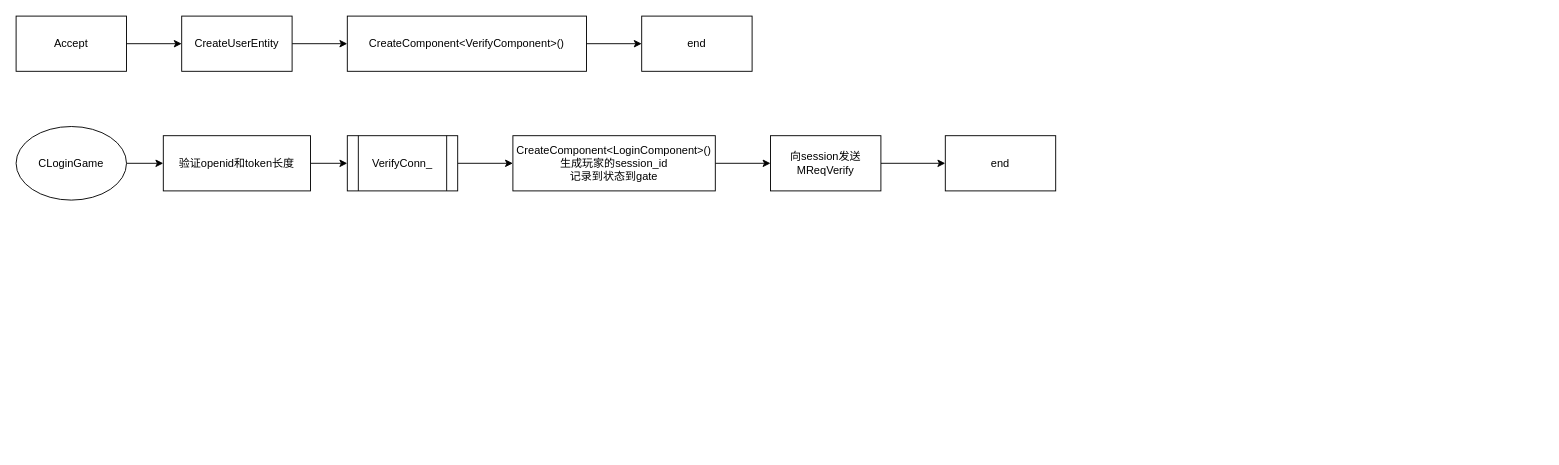
Earlier version of the draw.io diagram gate.drawio (ThreeIoDev/Draw.io). Source tidied: cells renumbered, new cells numbered last; positions are measured from the earlier drawing's top-left corner, leaving out a move shared by most shapes. Both pictures are drawn from the tidied source at 92%, with x=0, y=0 at pixel (16, 16).
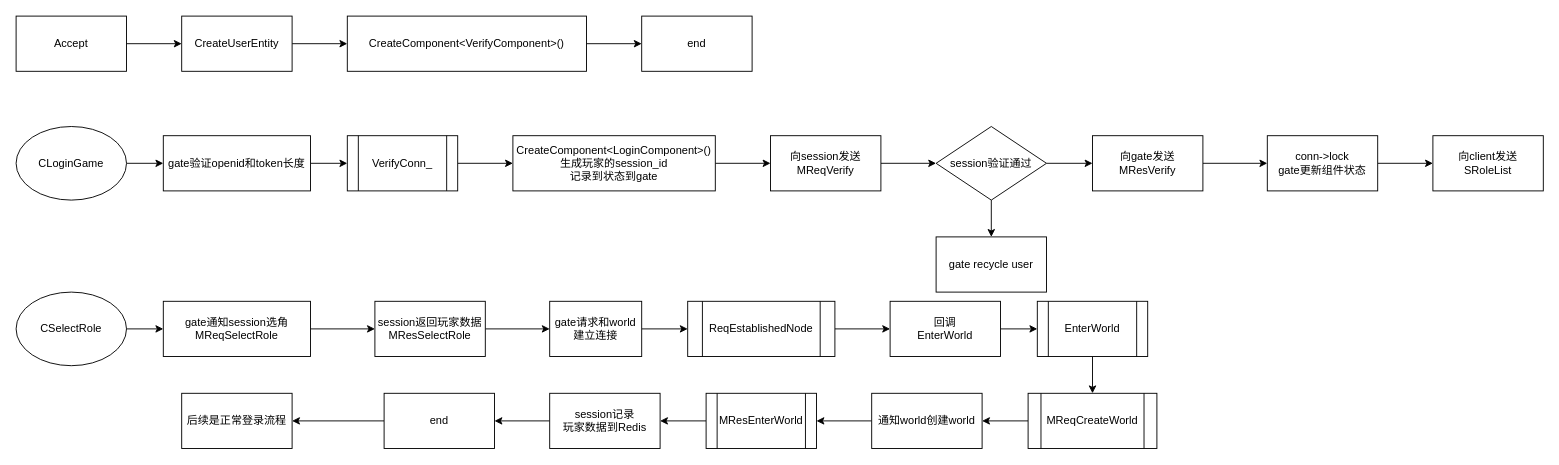
The same diagram, later.

Unchanged cells that the change refers to:
```xml
<mxCell id="17" value="向session发送MReqVerify" style="rounded=0;whiteSpace=wrap;html=1;" parent="1" vertex="1">
  <mxGeometry x="820" y="130" width="120" height="60" as="geometry" />
</mxCell>
```

Change to the diagram source:
```diff
@@
-    <mxCell id="5" value="验证openid和token长度" style="rounded=0;whiteSpace=wrap;html=1;" parent="1" vertex="1">
+    <mxCell id="5" value="gate验证openid和token长度" style="rounded=0;whiteSpace=wrap;html=1;" parent="1" vertex="1">
       <mxGeometry x="160" y="130" width="160" height="60" as="geometry" />
     </mxCell>
@@
-    <mxCell id="16" style="edgeStyle=orthogonalEdgeStyle;rounded=0;jettySize=auto;html=1;" parent="1" edge="1" source="17" target="19">
-      <mxGeometry relative="1" as="geometry" />
-    </mxCell>
+    <mxCell id="20" style="edgeStyle=orthogonalEdgeStyle;rounded=0;jettySize=auto;html=1;" parent="1" edge="1" source="17" target="23">
+      <mxGeometry relative="1" as="geometry" />
+    </mxCell>
@@
+    <mxCell id="21" style="edgeStyle=orthogonalEdgeStyle;rounded=0;jettySize=auto;html=1;" parent="1" edge="1" source="23" target="25">
+      <mxGeometry relative="1" as="geometry" />
+    </mxCell>
+    <mxCell id="22" style="edgeStyle=orthogonalEdgeStyle;rounded=0;jettySize=auto;html=1;" parent="1" edge="1" source="23" target="26">
+      <mxGeometry relative="1" as="geometry" />
+    </mxCell>
+    <mxCell id="23" value="session验证通过" style="rhombus;whiteSpace=wrap;html=1;rounded=0;" parent="1" vertex="1">
+      <mxGeometry x="1000" y="120" width="120" height="80" as="geometry" />
+    </mxCell>
+    <mxCell id="24" style="edgeStyle=orthogonalEdgeStyle;rounded=0;jettySize=auto;html=1;" parent="1" edge="1" source="25" target="32">
+      <mxGeometry relative="1" as="geometry" />
+    </mxCell>
+    <mxCell id="25" value="向gate发送MResVerify" style="whiteSpace=wrap;html=1;rounded=0;" parent="1" vertex="1">
+      <mxGeometry x="1170" y="130" width="120" height="60" as="geometry" />
+    </mxCell>
+    <mxCell id="26" value="gate recycle&amp;nbsp;user" style="whiteSpace=wrap;html=1;rounded=0;" parent="1" vertex="1">
+      <mxGeometry x="1000" y="240" width="120" height="60" as="geometry" />
+    </mxCell>
+    <mxCell id="27" style="edgeStyle=orthogonalEdgeStyle;rounded=0;jettySize=auto;html=1;" parent="1" edge="1" source="28" target="30">
+      <mxGeometry relative="1" as="geometry" />
+    </mxCell>
+    <mxCell id="28" value="CSelectRole" style="ellipse;whiteSpace=wrap;html=1;" parent="1" vertex="1">
+      <mxGeometry y="300" width="120" height="80" as="geometry" />
+    </mxCell>
+    <mxCell id="29" style="edgeStyle=orthogonalEdgeStyle;rounded=0;jettySize=auto;html=1;" parent="1" edge="1" source="30" target="35">
+      <mxGeometry relative="1" as="geometry" />
+    </mxCell>
+    <mxCell id="30" value="gate通知session选角&lt;br&gt;MReqSelectRole" style="whiteSpace=wrap;html=1;" parent="1" vertex="1">
+      <mxGeometry x="160" y="310" width="160" height="60" as="geometry" />
+    </mxCell>
+    <mxCell id="31" style="edgeStyle=orthogonalEdgeStyle;rounded=0;jettySize=auto;html=1;" parent="1" edge="1" source="32" target="33">
+      <mxGeometry relative="1" as="geometry" />
+    </mxCell>
+    <mxCell id="32" value="&lt;div&gt;conn-&amp;gt;lock&lt;/div&gt;&lt;div&gt;gate更新组件状态&lt;/div&gt;" style="whiteSpace=wrap;html=1;rounded=0;" parent="1" vertex="1">
+      <mxGeometry x="1360" y="130" width="120" height="60" as="geometry" />
+    </mxCell>
+    <mxCell id="33" value="向client发送&lt;br&gt;SRoleList" style="whiteSpace=wrap;html=1;rounded=0;" parent="1" vertex="1">
+      <mxGeometry x="1540" y="130" width="120" height="60" as="geometry" />
+    </mxCell>
+    <mxCell id="34" style="edgeStyle=orthogonalEdgeStyle;rounded=0;jettySize=auto;html=1;" parent="1" edge="1" source="35" target="37">
+      <mxGeometry relative="1" as="geometry" />
+    </mxCell>
+    <mxCell id="35" value="session返回玩家数据&lt;br&gt;MResSelectRole" style="whiteSpace=wrap;html=1;" parent="1" vertex="1">
+      <mxGeometry x="390" y="310" width="120" height="60" as="geometry" />
+    </mxCell>
+    <mxCell id="36" style="edgeStyle=orthogonalEdgeStyle;rounded=0;jettySize=auto;html=1;" parent="1" edge="1" source="37" target="39">
+      <mxGeometry relative="1" as="geometry" />
+    </mxCell>
+    <mxCell id="37" value="gate请求和world建立连接" style="whiteSpace=wrap;html=1;" parent="1" vertex="1">
+      <mxGeometry x="580" y="310" width="100" height="60" as="geometry" />
+    </mxCell>
+    <mxCell id="38" style="edgeStyle=orthogonalEdgeStyle;rounded=0;jettySize=auto;html=1;" parent="1" edge="1" source="39" target="41">
+      <mxGeometry relative="1" as="geometry" />
+    </mxCell>
+    <mxCell id="39" value="ReqEstablishedNode" style="shape=process;whiteSpace=wrap;html=1;backgroundOutline=1;" parent="1" vertex="1">
+      <mxGeometry x="730" y="310" width="160" height="60" as="geometry" />
+    </mxCell>
+    <mxCell id="40" style="edgeStyle=orthogonalEdgeStyle;rounded=0;jettySize=auto;html=1;" parent="1" edge="1" source="41" target="43">
+      <mxGeometry relative="1" as="geometry" />
+    </mxCell>
+    <mxCell id="41" value="回调&lt;br&gt;EnterWorld" style="whiteSpace=wrap;html=1;" parent="1" vertex="1">
+      <mxGeometry x="950" y="310" width="120" height="60" as="geometry" />
+    </mxCell>
+    <mxCell id="42" style="edgeStyle=orthogonalEdgeStyle;rounded=0;jettySize=auto;html=1;" parent="1" edge="1" source="43" target="47">
+      <mxGeometry relative="1" as="geometry" />
+    </mxCell>
+    <mxCell id="43" value="EnterWorld" style="shape=process;whiteSpace=wrap;html=1;backgroundOutline=1;" parent="1" vertex="1">
+      <mxGeometry x="1110" y="310" width="120" height="60" as="geometry" />
+    </mxCell>
+    <mxCell id="44" style="edgeStyle=orthogonalEdgeStyle;rounded=0;jettySize=auto;html=1;" parent="1" edge="1" source="45" target="49">
+      <mxGeometry relative="1" as="geometry" />
+    </mxCell>
+    <mxCell id="45" value="通知world创建world" style="whiteSpace=wrap;html=1;" parent="1" vertex="1">
+      <mxGeometry x="930" y="410" width="120" height="60" as="geometry" />
+    </mxCell>
+    <mxCell id="46" style="edgeStyle=orthogonalEdgeStyle;rounded=0;jettySize=auto;html=1;" parent="1" edge="1" source="47" target="45">
+      <mxGeometry relative="1" as="geometry" />
+    </mxCell>
+    <mxCell id="47" value="MReqCreateWorld" style="shape=process;whiteSpace=wrap;html=1;backgroundOutline=1;" parent="1" vertex="1">
+      <mxGeometry x="1100" y="410" width="140" height="60" as="geometry" />
+    </mxCell>
+    <mxCell id="48" style="edgeStyle=orthogonalEdgeStyle;rounded=0;jettySize=auto;html=1;" parent="1" edge="1" source="49" target="51">
+      <mxGeometry relative="1" as="geometry" />
+    </mxCell>
+    <mxCell id="49" value="MResEnterWorld" style="shape=process;whiteSpace=wrap;html=1;backgroundOutline=1;" parent="1" vertex="1">
+      <mxGeometry x="750" y="410" width="120" height="60" as="geometry" />
+    </mxCell>
+    <mxCell id="50" style="edgeStyle=orthogonalEdgeStyle;rounded=0;jettySize=auto;html=1;" parent="1" edge="1" source="51" target="19">
+      <mxGeometry relative="1" as="geometry" />
+    </mxCell>
+    <mxCell id="51" value="session记录&lt;br&gt;玩家数据到Redis" style="whiteSpace=wrap;html=1;" parent="1" vertex="1">
+      <mxGeometry x="580" y="410" width="120" height="60" as="geometry" />
+    </mxCell>
+    <mxCell id="52" style="edgeStyle=orthogonalEdgeStyle;rounded=0;jettySize=auto;html=1;" parent="1" edge="1" source="19" target="53">
+      <mxGeometry relative="1" as="geometry" />
+    </mxCell>
-    <mxCell id="19" value="end" style="whiteSpace=wrap;html=1;rounded=0;" parent="1" vertex="1">
-      <mxGeometry x="1010" y="130" width="120" height="60" as="geometry" />
+    <mxCell id="19" value="end" style="whiteSpace=wrap;html=1;" parent="1" vertex="1">
+      <mxGeometry x="400" y="410" width="120" height="60" as="geometry" />
     </mxCell>
+    <mxCell id="53" value="后续是正常登录流程" style="whiteSpace=wrap;html=1;" parent="1" vertex="1">
+      <mxGeometry x="180" y="410" width="120" height="60" as="geometry" />
+    </mxCell>
```
